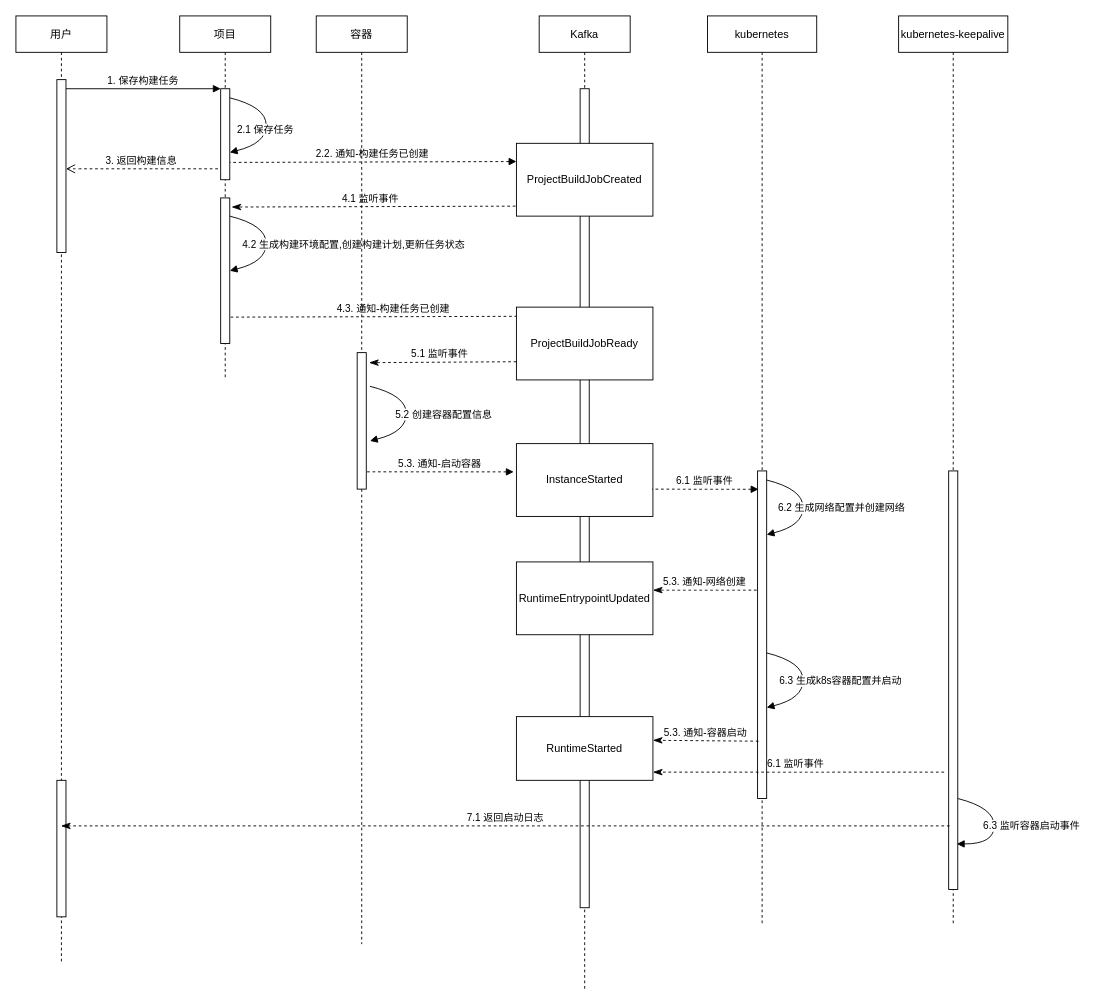
Before: build-project.drawio in kangta123/drawio, a draw.io diagram. Source tidied: cells renumbered, new cells numbered last; positions are measured from the earlier drawing's top-left corner, leaving out a move shared by most shapes. Both pictures are drawn from the tidied source at 91%, with x=0, y=0 at pixel (15, 15).
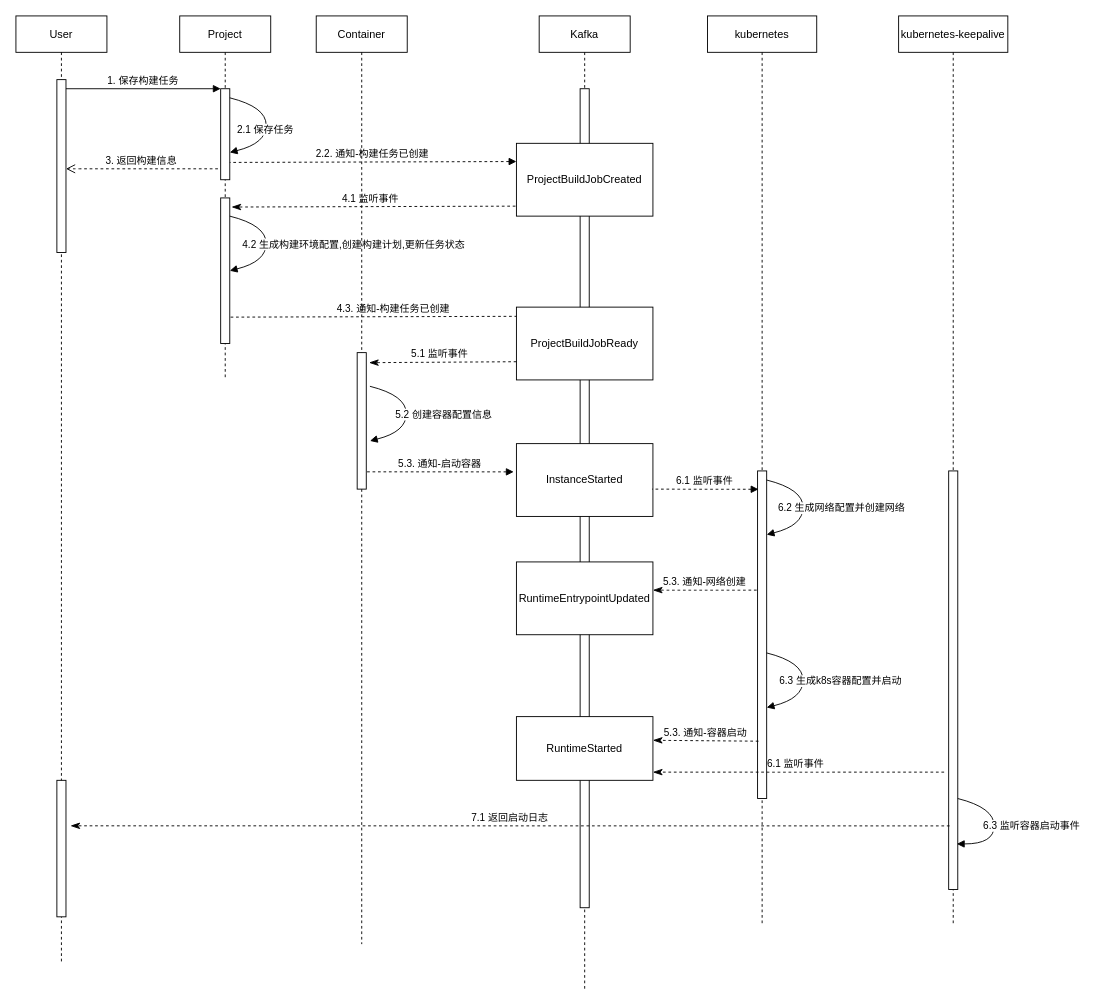
The same page after the edit.

The change refers to these unchanged cells:
```xml
<mxCell id="41" style="points=[];perimeter=orthogonalPerimeter;rounded=0;shadow=0;strokeWidth=1;" parent="40" vertex="1">
  <mxGeometry x="55" y="500" width="10" height="460" as="geometry" />
</mxCell>
```

What changed in the source:
```diff
@@
-    <mxCell id="2" value="用户" style="shape=umlLifeline;perimeter=lifelinePerimeter;rounded=0;shadow=0;strokeWidth=1;" parent="1" vertex="1">
+    <mxCell id="2" value="User" style="shape=umlLifeline;perimeter=lifelinePerimeter;rounded=0;shadow=0;strokeWidth=1;" parent="1" vertex="1">
       <mxGeometry width="100" height="1040" as="geometry" />
     </mxCell>
@@
-    <mxCell id="5" value="项目" style="shape=umlLifeline;perimeter=lifelinePerimeter;rounded=0;shadow=0;strokeWidth=1;" parent="1" vertex="1">
+    <mxCell id="5" value="Project" style="shape=umlLifeline;perimeter=lifelinePerimeter;rounded=0;shadow=0;strokeWidth=1;" parent="1" vertex="1">
       <mxGeometry x="180" width="100" height="400" as="geometry" />
     </mxCell>
@@
-    <mxCell id="22" value="容器" style="shape=umlLifeline;perimeter=lifelinePerimeter;rounded=0;shadow=0;strokeWidth=1;" parent="1" vertex="1">
+    <mxCell id="22" value="Container" style="shape=umlLifeline;perimeter=lifelinePerimeter;rounded=0;shadow=0;strokeWidth=1;" parent="1" vertex="1">
       <mxGeometry x="330" width="100" height="1020" as="geometry" />
     </mxCell>
@@
-    <mxCell id="45" value="7.1 返回启动日志" style="verticalAlign=bottom;endArrow=classicThin;dashed=1;endSize=8;shadow=0;strokeWidth=1;endFill=1;startArrow=none;startFill=0;exitX=0.1;exitY=0.848;exitDx=0;exitDy=0;exitPerimeter=0;" parent="1" edge="1" source="41" target="2">
-      <mxGeometry relative="1" as="geometry" />
+    <mxCell id="45" value="7.1 返回启动日志" style="verticalAlign=bottom;endArrow=classicThin;dashed=1;endSize=8;shadow=0;strokeWidth=1;endFill=1;startArrow=none;startFill=0;exitX=0.1;exitY=0.848;exitDx=0;exitDy=0;exitPerimeter=0;" parent="1" edge="1" source="41">
+      <mxGeometry relative="1" as="geometry">
+        <mxPoint x="60" y="890" as="targetPoint" />
+      </mxGeometry>
     </mxCell>
```
